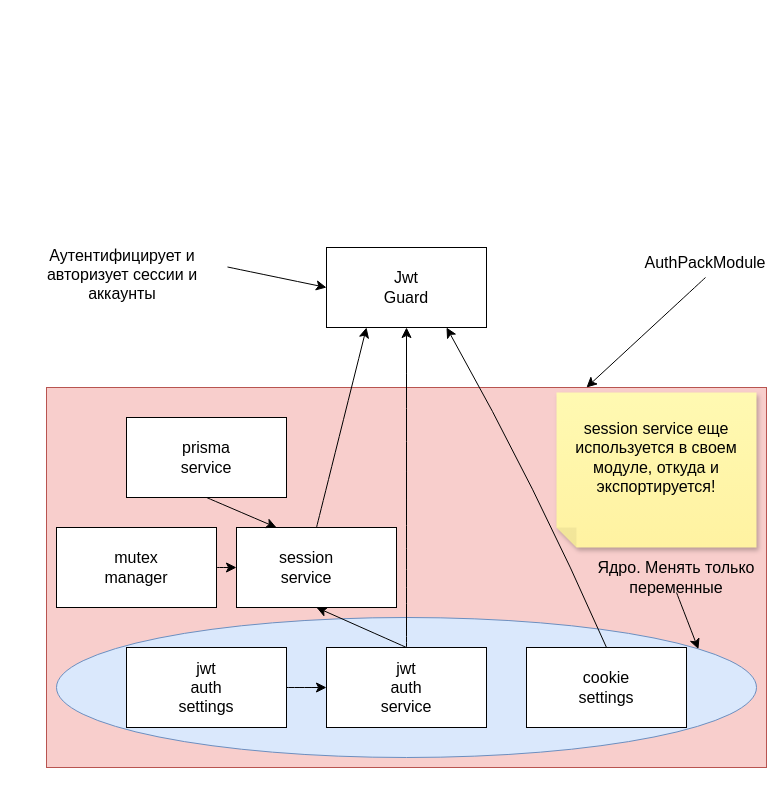
Before: info/AuthPackModule.drawio in IsaTalantbek/nestjs-monolith, a draw.io diagram. Source tidied: cells renumbered, new cells numbered last; positions are measured from the earlier drawing's top-left corner, leaving out a move shared by most shapes. Both pictures are drawn from the tidied source at 100%, with x=0, y=0 at pixel (17, 247).
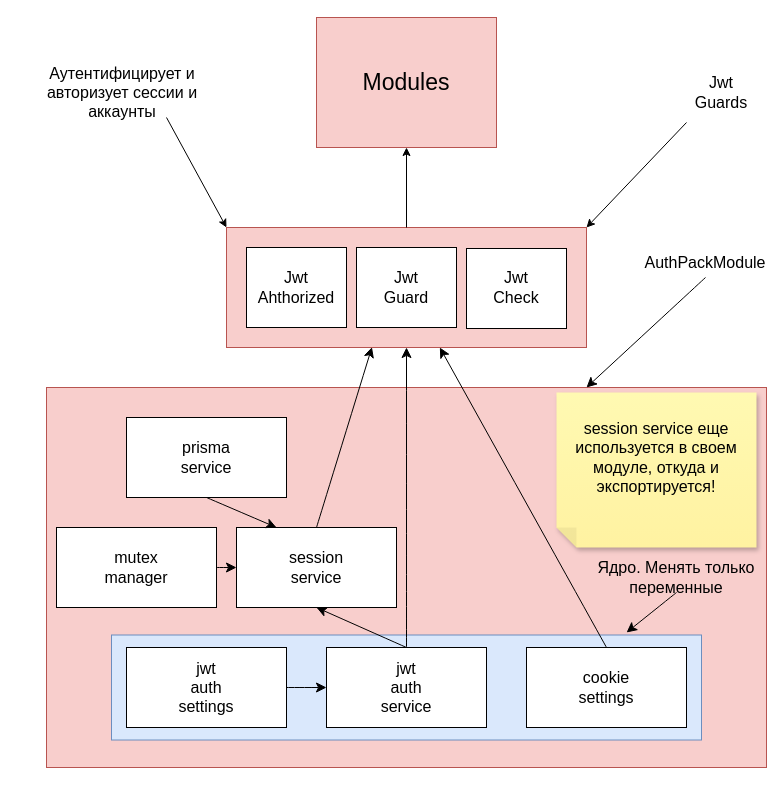
After the change.

The change refers to these unchanged cells:
```xml
<mxCell id="8" style="rounded=0;whiteSpace=wrap;html=1;" parent="1" vertex="1">
  <mxGeometry x="309" y="400" width="160" height="80" as="geometry" />
</mxCell>
<mxCell id="10" style="rounded=0;whiteSpace=wrap;html=1;" parent="1" vertex="1">
  <mxGeometry x="509" y="400" width="160" height="80" as="geometry" />
</mxCell>
<mxCell id="12" style="rounded=0;whiteSpace=wrap;html=1;" parent="1" vertex="1">
  <mxGeometry x="219" y="280" width="160" height="80" as="geometry" />
</mxCell>
<mxCell id="33" value="Ядро. Менять только переменные" style="text;strokeColor=none;fillColor=none;html=1;align=center;verticalAlign=middle;whiteSpace=wrap;rounded=0;fontSize=16;" parent="1" vertex="1">
  <mxGeometry x="579" y="315" width="160" height="30" as="geometry" />
</mxCell>
```

Diff of the diagram source:
```diff
@@
+    <mxCell id="34" style="whiteSpace=wrap;html=1;fontSize=23;fillColor=#f8cecc;strokeColor=#b85450;" parent="1" vertex="1">
+      <mxGeometry x="209" y="-20" width="360" height="120" as="geometry" />
+    </mxCell>
@@
-    <mxCell id="3" style="ellipse;whiteSpace=wrap;html=1;fillColor=#dae8fc;strokeColor=#6c8ebf;" parent="1" vertex="1">
-      <mxGeometry x="39" y="370" width="700" height="140" as="geometry" />
-    </mxCell>
+    <mxCell id="35" style="whiteSpace=wrap;html=1;fillColor=#dae8fc;strokeColor=#6c8ebf;" parent="1" vertex="1">
+      <mxGeometry x="94" y="387.5" width="590" height="105" as="geometry" />
+    </mxCell>
@@
-    <mxCell id="7" style="edgeStyle=none;curved=1;rounded=0;jettySize=auto;html=1;exitX=0.5;exitY=0;exitDx=0;exitDy=0;entryX=0.5;entryY=1;entryDx=0;entryDy=0;fontSize=12;startSize=8;endSize=8;" parent="1" edge="1" source="8" target="24">
+    <mxCell id="7" style="edgeStyle=none;curved=1;rounded=0;jettySize=auto;html=1;exitX=0.5;exitY=0;exitDx=0;exitDy=0;fontSize=12;startSize=8;endSize=8;entryX=0.5;entryY=1;entryDx=0;entryDy=0;" parent="1" edge="1" source="8" target="34">
       <mxGeometry relative="1" as="geometry" />
     </mxCell>
@@
-    <mxCell id="9" style="edgeStyle=none;curved=1;rounded=0;jettySize=auto;html=1;exitX=0.5;exitY=0;exitDx=0;exitDy=0;entryX=0.75;entryY=1;entryDx=0;entryDy=0;fontSize=12;startSize=8;endSize=8;" parent="1" edge="1" source="10" target="24">
-      <mxGeometry relative="1" as="geometry">
-        <Array as="points">
-          <mxPoint x="519" y="240" />
-        </Array>
-      </mxGeometry>
+    <mxCell id="9" style="edgeStyle=none;curved=1;rounded=0;jettySize=auto;html=1;exitX=0.5;exitY=0;exitDx=0;exitDy=0;fontSize=12;startSize=8;endSize=8;" parent="1" edge="1" source="10" target="34">
+      <mxGeometry relative="1" as="geometry" />
     </mxCell>
@@
-    <mxCell id="11" style="edgeStyle=none;curved=1;rounded=0;jettySize=auto;html=1;exitX=0.5;exitY=0;exitDx=0;exitDy=0;entryX=0.25;entryY=1;entryDx=0;entryDy=0;fontSize=12;startSize=8;endSize=8;" parent="1" edge="1" source="12" target="24">
+    <mxCell id="11" style="edgeStyle=none;curved=1;rounded=0;jettySize=auto;html=1;exitX=0.5;exitY=0;exitDx=0;exitDy=0;fontSize=12;startSize=8;endSize=8;entryX=0.404;entryY=0.997;entryDx=0;entryDy=0;entryPerimeter=0;" parent="1" edge="1" source="12" target="34">
       <mxGeometry relative="1" as="geometry" />
     </mxCell>
@@
     <mxCell id="17" value="session service" style="text;strokeColor=none;fillColor=none;html=1;align=center;verticalAlign=middle;whiteSpace=wrap;rounded=0;fontSize=16;" parent="1" vertex="1">
-      <mxGeometry x="259" y="305" width="60" height="30" as="geometry" />
+      <mxGeometry x="269" y="305" width="60" height="30" as="geometry" />
     </mxCell>
@@
-    <mxCell id="23" style="edgeStyle=none;curved=1;rounded=0;jettySize=auto;html=1;exitX=0.5;exitY=1;exitDx=0;exitDy=0;fontSize=12;startSize=8;endSize=8;entryX=0.917;entryY=0.226;entryDx=0;entryDy=0;entryPerimeter=0;" parent="1" edge="1" source="33" target="3">
+    <mxCell id="23" style="edgeStyle=none;curved=1;rounded=0;jettySize=auto;html=1;exitX=0.5;exitY=1;exitDx=0;exitDy=0;fontSize=12;startSize=8;endSize=8;entryX=0.873;entryY=-0.024;entryDx=0;entryDy=0;entryPerimeter=0;" parent="1" edge="1" source="33" target="35">
       <mxGeometry relative="1" as="geometry" />
     </mxCell>
     <mxCell id="24" style="rounded=0;whiteSpace=wrap;html=1;" parent="1" vertex="1">
-      <mxGeometry x="309" width="160" height="80" as="geometry" />
+      <mxGeometry x="339" width="100" height="80" as="geometry" />
     </mxCell>
@@
-    <mxCell id="31" style="edgeStyle=none;curved=1;rounded=0;jettySize=auto;html=1;exitX=1;exitY=0.25;exitDx=0;exitDy=0;entryX=0;entryY=0.5;entryDx=0;entryDy=0;fontSize=12;startSize=8;endSize=8;" parent="1" edge="1" source="32" target="24">
-      <mxGeometry relative="1" as="geometry" />
-    </mxCell>
     <mxCell id="32" value="Аутентифицирует и авторизует сессии и аккаунты" style="text;strokeColor=none;fillColor=none;html=1;align=center;verticalAlign=middle;whiteSpace=wrap;rounded=0;fontSize=16;" parent="1" vertex="1">
-      <mxGeometry y="12" width="210" height="30" as="geometry" />
+      <mxGeometry y="-170" width="210" height="30" as="geometry" />
     </mxCell>
@@
+    <mxCell id="36" style="whiteSpace=wrap;html=1;" parent="1" vertex="1">
+      <mxGeometry x="299" y="-230" width="180" height="130" as="geometry" />
+    </mxCell>
+    <mxCell id="37" value="Modules" style="text;strokeColor=#b85450;align=center;fillColor=#f8cecc;html=1;verticalAlign=middle;whiteSpace=wrap;rounded=0;fontSize=23;" parent="1" vertex="1">
+      <mxGeometry x="299" y="-230" width="180" height="130" as="geometry" />
+    </mxCell>
+    <mxCell id="38" style="edgeStyle=none;jettySize=auto;html=1;fontSize=23;entryX=0.5;entryY=1;entryDx=0;entryDy=0;exitX=0.5;exitY=0;exitDx=0;exitDy=0;" parent="1" edge="1" source="34" target="37">
+      <mxGeometry relative="1" as="geometry" />
+    </mxCell>
+    <mxCell id="39" style="whiteSpace=wrap;html=1;fontSize=23;" parent="1" vertex="1">
+      <mxGeometry x="449" y="1" width="100" height="80" as="geometry" />
+    </mxCell>
+    <mxCell id="40" style="whiteSpace=wrap;html=1;fontSize=23;" parent="1" vertex="1">
+      <mxGeometry x="229" width="100" height="80" as="geometry" />
+    </mxCell>
+    <mxCell id="41" style="edgeStyle=none;jettySize=auto;html=1;fontSize=23;entryX=0;entryY=0;entryDx=0;entryDy=0;" parent="1" edge="1" target="34">
+      <mxGeometry relative="1" as="geometry">
+        <mxPoint x="149" y="-130" as="sourcePoint" />
+      </mxGeometry>
+    </mxCell>
+    <mxCell id="42" value="Jwt&lt;br style=&quot;font-size: 16px;&quot;&gt;Ahthorized" style="text;strokeColor=none;align=center;fillColor=none;html=1;verticalAlign=middle;whiteSpace=wrap;rounded=0;fontSize=16;" parent="1" vertex="1">
+      <mxGeometry x="249" y="25" width="60" height="30" as="geometry" />
+    </mxCell>
+    <mxCell id="43" value="Jwt&lt;br&gt;Check" style="text;strokeColor=none;align=center;fillColor=none;html=1;verticalAlign=middle;whiteSpace=wrap;rounded=0;fontSize=16;" parent="1" vertex="1">
+      <mxGeometry x="469" y="25" width="60" height="30" as="geometry" />
+    </mxCell>
+    <mxCell id="44" value="Jwt&lt;br&gt;Guards" style="text;strokeColor=none;align=center;fillColor=none;html=1;verticalAlign=middle;whiteSpace=wrap;rounded=0;fontSize=16;" parent="1" vertex="1">
+      <mxGeometry x="669" y="-185" width="70" height="60" as="geometry" />
+    </mxCell>
+    <mxCell id="45" style="edgeStyle=none;jettySize=auto;html=1;fontSize=16;exitX=0;exitY=1;exitDx=0;exitDy=0;entryX=1;entryY=0;entryDx=0;entryDy=0;" parent="1" edge="1" source="44" target="34">
+      <mxGeometry relative="1" as="geometry" />
+    </mxCell>
```
